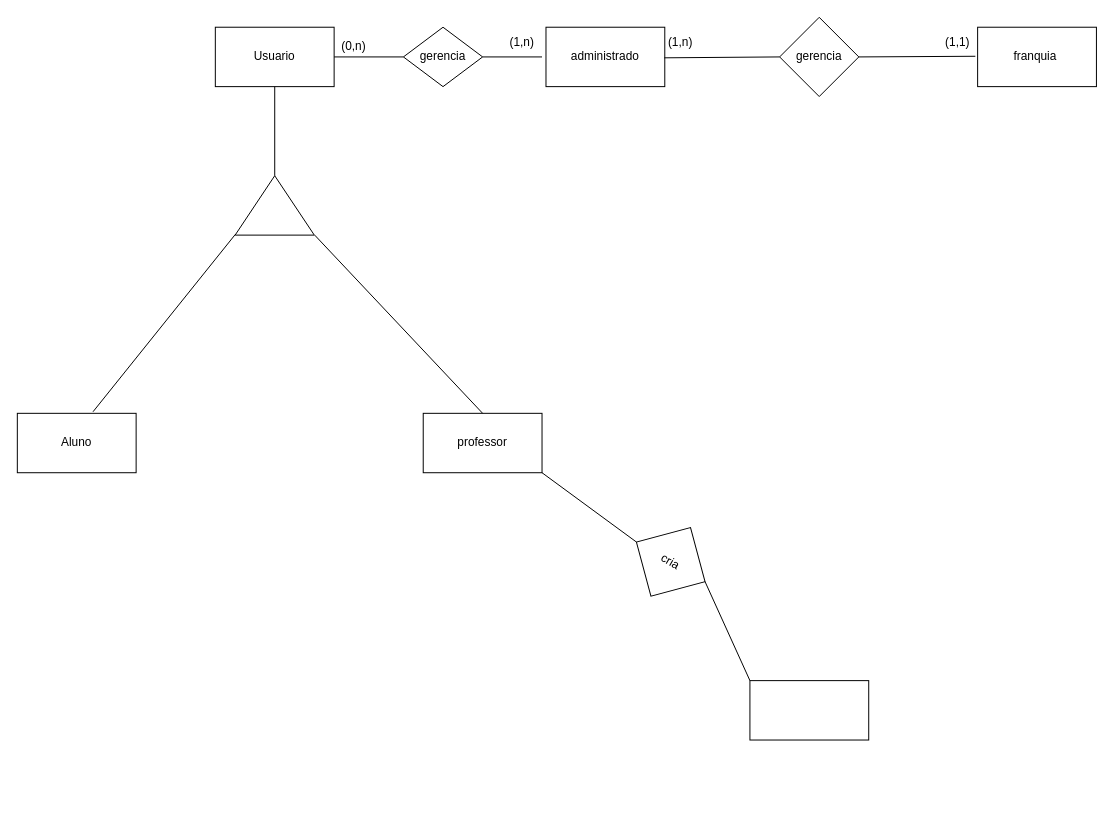
Above: Diagrama-Banco-de-dados/DER.drawio in Wal221/ProjetoWeb2 (draw.io), before the change. Source tidied: cells renumbered, new cells numbered last; positions are measured from the earlier drawing's top-left corner, leaving out a move shared by most shapes. Both pictures are drawn from the tidied source at 99%, with x=0, y=0 at pixel (17, 17).
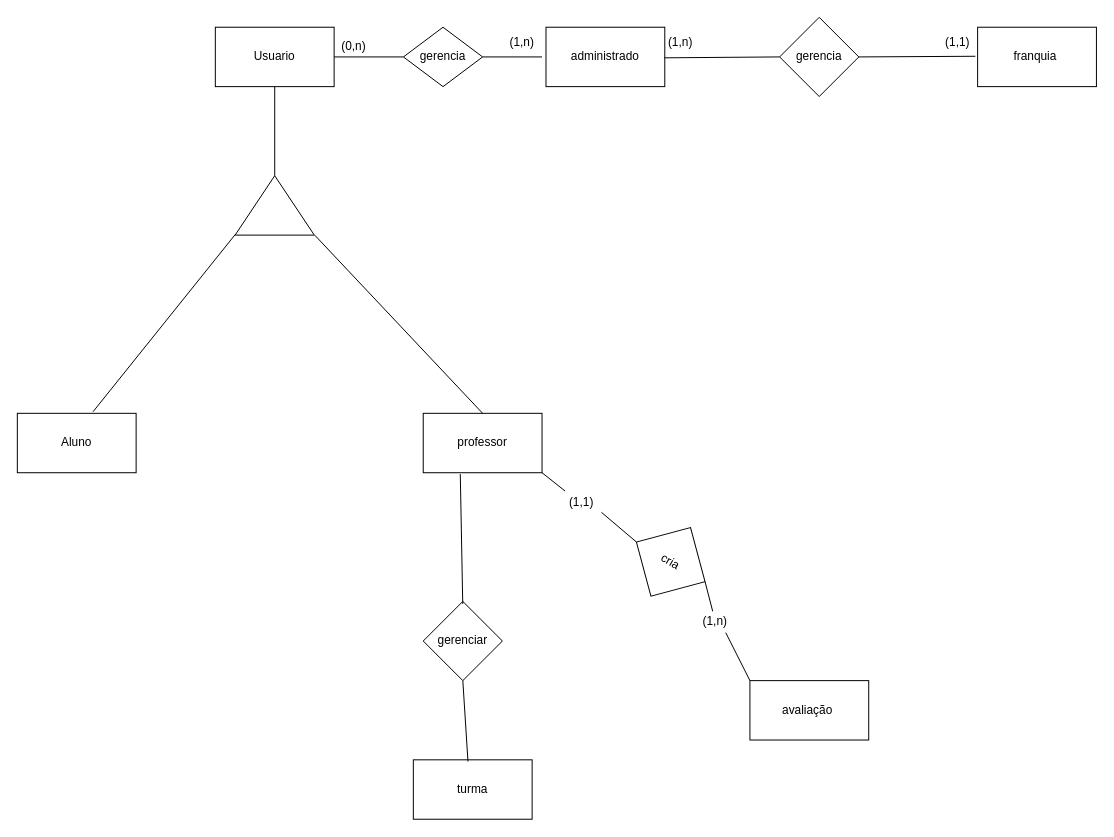
The same page after the edit.

The change refers to these unchanged cells:
```xml
<mxCell id="17" value="professor" style="rounded=0;whiteSpace=wrap;html=1;" parent="1" vertex="1">
  <mxGeometry x="410" y="400" width="120" height="60" as="geometry" />
</mxCell>
<mxCell id="21" value="cria" style="rhombus;whiteSpace=wrap;html=1;rotation=30;" parent="1" vertex="1">
  <mxGeometry x="620" y="510" width="80" height="80" as="geometry" />
</mxCell>
```

The edit, as a diff of the source:
```diff
@@
-    <mxCell id="22" style="rounded=0;whiteSpace=wrap;html=1;" parent="1" vertex="1">
+    <mxCell id="22" value="avaliação&amp;nbsp;" style="rounded=0;whiteSpace=wrap;html=1;" parent="1" vertex="1">
       <mxGeometry x="740" y="670" width="120" height="60" as="geometry" />
     </mxCell>
-    <mxCell id="23" style="endArrow=none;html=1;rounded=0;entryX=1;entryY=1;entryDx=0;entryDy=0;exitX=0;exitY=0.5;exitDx=0;exitDy=0;" parent="1" edge="1" source="21" target="17">
+    <mxCell id="23" style="endArrow=none;html=1;rounded=0;entryX=1;entryY=1;entryDx=0;entryDy=0;exitX=0.083;exitY=-0.074;exitDx=0;exitDy=0;exitPerimeter=0;" parent="1" edge="1" source="32" target="17">
       <mxGeometry relative="1" as="geometry" />
     </mxCell>
-    <mxCell id="24" style="endArrow=none;html=1;rounded=0;entryX=1;entryY=0.5;entryDx=0;entryDy=0;exitX=0;exitY=0;exitDx=0;exitDy=0;" parent="1" edge="1" source="22" target="21">
+    <mxCell id="24" style="endArrow=none;html=1;rounded=0;entryX=1;entryY=0.5;entryDx=0;entryDy=0;" parent="1" edge="1" source="30" target="21">
       <mxGeometry relative="1" as="geometry" />
     </mxCell>
+    <mxCell id="25" value="gerenciar" style="rhombus;whiteSpace=wrap;html=1;" parent="1" vertex="1">
+      <mxGeometry x="410" y="590" width="80" height="80" as="geometry" />
+    </mxCell>
+    <mxCell id="26" style="endArrow=none;html=1;rounded=0;entryX=0.312;entryY=1.022;entryDx=0;entryDy=0;entryPerimeter=0;exitX=0.499;exitY=0.031;exitDx=0;exitDy=0;exitPerimeter=0;" parent="1" edge="1" source="25" target="17">
+      <mxGeometry relative="1" as="geometry" />
+    </mxCell>
+    <mxCell id="27" value="turma" style="rounded=0;whiteSpace=wrap;html=1;" parent="1" vertex="1">
+      <mxGeometry x="400" y="750" width="120" height="60" as="geometry" />
+    </mxCell>
+    <mxCell id="28" style="endArrow=none;html=1;rounded=0;entryX=0.5;entryY=1;entryDx=0;entryDy=0;exitX=0.46;exitY=0.029;exitDx=0;exitDy=0;exitPerimeter=0;" parent="1" edge="1" source="27" target="25">
+      <mxGeometry relative="1" as="geometry" />
+    </mxCell>
+    <mxCell id="29" style="endArrow=none;html=1;rounded=0;entryX=0.853;entryY=1.078;entryDx=0;entryDy=0;exitX=0;exitY=0;exitDx=0;exitDy=0;entryPerimeter=0;" parent="1" edge="1" source="22" target="30">
+      <mxGeometry relative="1" as="geometry" />
+    </mxCell>
+    <mxCell id="30" value="(1,n)" style="text;html=1;align=center;verticalAlign=middle;whiteSpace=wrap;rounded=0;" parent="1" vertex="1">
+      <mxGeometry x="690" y="600" width="30" height="20" as="geometry" />
+    </mxCell>
+    <mxCell id="31" style="endArrow=none;html=1;rounded=0;entryX=1;entryY=1;entryDx=0;entryDy=0;exitX=0;exitY=0.5;exitDx=0;exitDy=0;" parent="1" edge="1" source="21" target="32">
+      <mxGeometry relative="1" as="geometry" />
+    </mxCell>
+    <mxCell id="32" value="(1,1)" style="text;html=1;align=center;verticalAlign=middle;whiteSpace=wrap;rounded=0;" parent="1" vertex="1">
+      <mxGeometry x="550" y="480" width="40" height="20" as="geometry" />
+    </mxCell>
```
